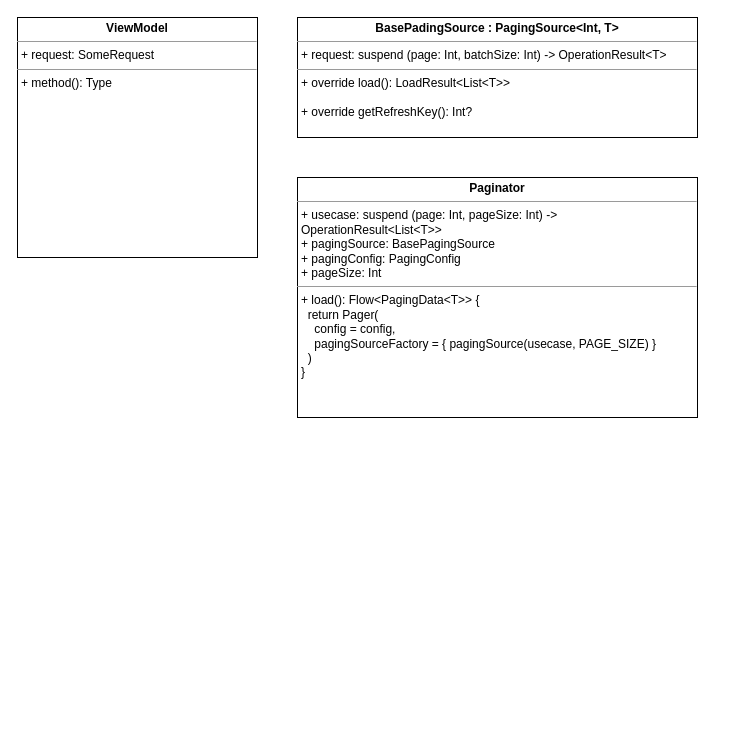
The draw.io diagram feature/Пагинатор.drawio in ShiryaevNikolay/diagrams, before the edit. Source tidied: cells renumbered, new cells numbered last; positions are measured from the earlier drawing's top-left corner, leaving out a move shared by most shapes. Both pictures are drawn from the tidied source at 100%, with x=0, y=0 at pixel (17, 17).
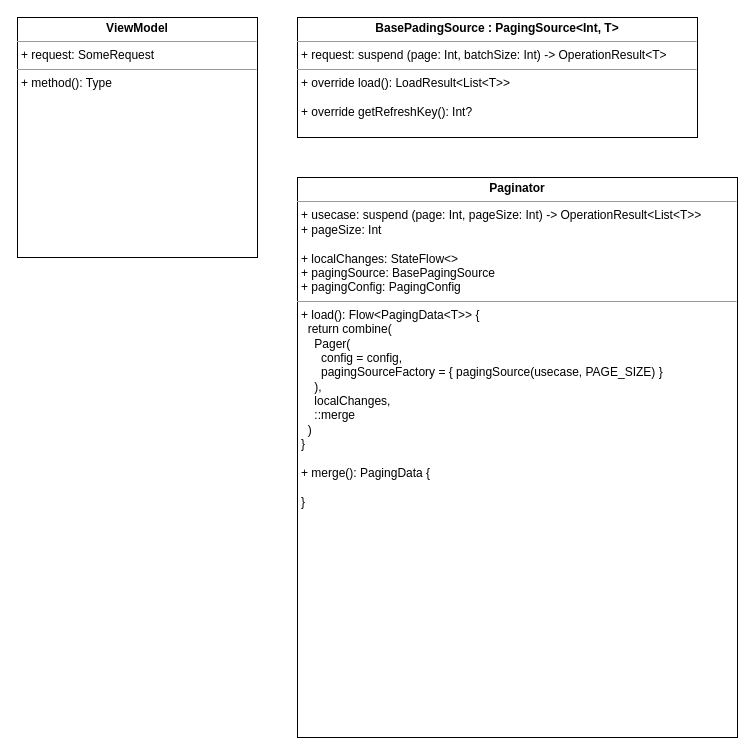
The same page after the edit.

Diff of the diagram source:
```diff
@@
 <mxGraphModel>
   <root>
     <mxCell id="0" />
     <mxCell id="1" parent="0" />
     <mxCell id="2" value="&lt;p style=&quot;margin:0px;margin-top:4px;text-align:center;&quot;&gt;&lt;b&gt;ViewModel&lt;/b&gt;&lt;br&gt;&lt;/p&gt;&lt;hr size=&quot;1&quot;&gt;&lt;p style=&quot;margin:0px;margin-left:4px;&quot;&gt;+ request: SomeRequest&lt;/p&gt;&lt;hr size=&quot;1&quot;&gt;&lt;p style=&quot;margin:0px;margin-left:4px;&quot;&gt;+ method(): Type&lt;/p&gt;" style="verticalAlign=top;align=left;overflow=fill;fontSize=12;fontFamily=Helvetica;html=1;whiteSpace=wrap;" parent="1" vertex="1">
       <mxGeometry width="240" height="240" as="geometry" />
     </mxCell>
     <mxCell id="3" value="&lt;p style=&quot;margin:0px;margin-top:4px;text-align:center;&quot;&gt;&lt;b&gt;BasePadingSource : PagingSource&amp;lt;Int, T&amp;gt;&lt;br&gt;&lt;/b&gt;&lt;/p&gt;&lt;hr size=&quot;1&quot;&gt;&lt;p style=&quot;margin:0px;margin-left:4px;&quot;&gt;+ request: suspend (page: Int, batchSize: Int) -&amp;gt; OperationResult&amp;lt;T&amp;gt;&lt;br&gt;&lt;/p&gt;&lt;hr size=&quot;1&quot;&gt;&lt;p style=&quot;margin:0px;margin-left:4px;&quot;&gt;+ override load(): LoadResult&amp;lt;List&amp;lt;T&amp;gt;&amp;gt;&lt;br&gt;&lt;/p&gt;&lt;p style=&quot;margin:0px;margin-left:4px;&quot;&gt;&lt;br&gt;&lt;/p&gt;&lt;p style=&quot;margin:0px;margin-left:4px;&quot;&gt;+ override getRefreshKey(): Int?&lt;br&gt;&lt;/p&gt;" style="verticalAlign=top;align=left;overflow=fill;fontSize=12;fontFamily=Helvetica;html=1;whiteSpace=wrap;" parent="1" vertex="1">
       <mxGeometry x="280" width="400" height="120" as="geometry" />
     </mxCell>
-    <mxCell id="4" value="&lt;p style=&quot;margin:0px;margin-top:4px;text-align:center;&quot;&gt;&lt;b&gt;Paginator&lt;/b&gt;&lt;br&gt;&lt;/p&gt;&lt;hr size=&quot;1&quot;&gt;&lt;p style=&quot;margin:0px;margin-left:4px;&quot;&gt;+ usecase: suspend (page: Int, pageSize: Int) -&amp;gt; OperationResult&amp;lt;List&amp;lt;T&amp;gt;&amp;gt;&lt;br&gt;&lt;/p&gt;&lt;p style=&quot;margin:0px;margin-left:4px;&quot;&gt;+ pagingSource: BasePagingSource&lt;/p&gt;&lt;p style=&quot;margin:0px;margin-left:4px;&quot;&gt;+ pagingConfig: PagingConfig&lt;/p&gt;&lt;p style=&quot;margin:0px;margin-left:4px;&quot;&gt;+ pageSize: Int&lt;br&gt;&lt;/p&gt;&lt;hr size=&quot;1&quot;&gt;&lt;p style=&quot;margin:0px;margin-left:4px;&quot;&gt;+ load(): Flow&amp;lt;PagingData&amp;lt;T&amp;gt;&amp;gt; {&lt;/p&gt;&lt;p style=&quot;margin:0px;margin-left:4px;&quot;&gt;&amp;nbsp; return Pager(&lt;/p&gt;&lt;p style=&quot;margin:0px;margin-left:4px;&quot;&gt;&amp;nbsp;&amp;nbsp;&amp;nbsp; config = config,&lt;/p&gt;&lt;p style=&quot;margin:0px;margin-left:4px;&quot;&gt;&amp;nbsp;&amp;nbsp;&amp;nbsp; pagingSourceFactory = { pagingSource(usecase, PAGE_SIZE) }&lt;br&gt;&lt;/p&gt;&lt;p style=&quot;margin:0px;margin-left:4px;&quot;&gt;&amp;nbsp; )&lt;br&gt;&lt;/p&gt;&lt;p style=&quot;margin:0px;margin-left:4px;&quot;&gt;}&lt;br&gt;&lt;/p&gt;" style="verticalAlign=top;align=left;overflow=fill;fontSize=12;fontFamily=Helvetica;html=1;whiteSpace=wrap;" parent="1" vertex="1">
-      <mxGeometry x="280" y="160" width="400" height="240" as="geometry" />
+    <mxCell id="4" value="&lt;p style=&quot;margin:0px;margin-top:4px;text-align:center;&quot;&gt;&lt;b&gt;Paginator&lt;/b&gt;&lt;br&gt;&lt;/p&gt;&lt;hr size=&quot;1&quot;&gt;&lt;p style=&quot;margin:0px;margin-left:4px;&quot;&gt;+ usecase: suspend (page: Int, pageSize: Int) -&amp;gt; OperationResult&amp;lt;List&amp;lt;T&amp;gt;&amp;gt;&lt;br&gt;&lt;/p&gt;&lt;p style=&quot;margin:0px;margin-left:4px;&quot;&gt;+ pageSize: Int&lt;/p&gt;&lt;p style=&quot;margin:0px;margin-left:4px;&quot;&gt;&lt;br&gt;&lt;/p&gt;&lt;p style=&quot;margin:0px;margin-left:4px;&quot;&gt;+ localChanges: StateFlow&amp;lt;&amp;gt;&lt;br&gt;&lt;/p&gt;&lt;p style=&quot;margin:0px;margin-left:4px;&quot;&gt;+ pagingSource: BasePagingSource&lt;/p&gt;&lt;p style=&quot;margin:0px;margin-left:4px;&quot;&gt;+ pagingConfig: PagingConfig&lt;/p&gt;&lt;p style=&quot;margin:0px;margin-left:4px;&quot;&gt;&lt;/p&gt;&lt;hr size=&quot;1&quot;&gt;&lt;p style=&quot;margin:0px;margin-left:4px;&quot;&gt;+ load(): Flow&amp;lt;PagingData&amp;lt;T&amp;gt;&amp;gt; {&lt;/p&gt;&lt;p style=&quot;margin:0px;margin-left:4px;&quot;&gt;&amp;nbsp; return combine(&lt;/p&gt;&lt;p style=&quot;margin:0px;margin-left:4px;&quot;&gt;&amp;nbsp;&amp;nbsp;&amp;nbsp; Pager(&lt;/p&gt;&lt;p style=&quot;margin:0px;margin-left:4px;&quot;&gt;&amp;nbsp;&amp;nbsp;&amp;nbsp;&amp;nbsp;&amp;nbsp; config = config,&lt;/p&gt;&lt;p style=&quot;margin:0px;margin-left:4px;&quot;&gt;&amp;nbsp;&amp;nbsp;&amp;nbsp;&amp;nbsp;&amp;nbsp; pagingSourceFactory = { pagingSource(usecase, PAGE_SIZE) }&lt;br&gt;&lt;/p&gt;&lt;p style=&quot;margin:0px;margin-left:4px;&quot;&gt;&amp;nbsp;&amp;nbsp;&amp;nbsp; ),&lt;/p&gt;&lt;p style=&quot;margin:0px;margin-left:4px;&quot;&gt;&amp;nbsp;&amp;nbsp;&amp;nbsp; localChanges,&lt;/p&gt;&lt;p style=&quot;margin:0px;margin-left:4px;&quot;&gt;&amp;nbsp;&amp;nbsp;&amp;nbsp; ::merge&lt;br&gt;&lt;/p&gt;&lt;p style=&quot;margin:0px;margin-left:4px;&quot;&gt;&amp;nbsp; )&lt;/p&gt;&lt;p style=&quot;margin:0px;margin-left:4px;&quot;&gt;}&lt;/p&gt;&lt;p style=&quot;margin:0px;margin-left:4px;&quot;&gt;&lt;br&gt;&lt;/p&gt;&lt;p style=&quot;margin:0px;margin-left:4px;&quot;&gt;+ merge(): PagingData {&lt;/p&gt;&lt;p style=&quot;margin:0px;margin-left:4px;&quot;&gt;&lt;br&gt;&lt;/p&gt;&lt;p style=&quot;margin:0px;margin-left:4px;&quot;&gt;}&lt;br&gt;&lt;/p&gt;" style="verticalAlign=top;align=left;overflow=fill;fontSize=12;fontFamily=Helvetica;html=1;whiteSpace=wrap;" parent="1" vertex="1">
+      <mxGeometry x="280" y="160" width="440" height="560" as="geometry" />
     </mxCell>
   </root>
 </mxGraphModel>
```
